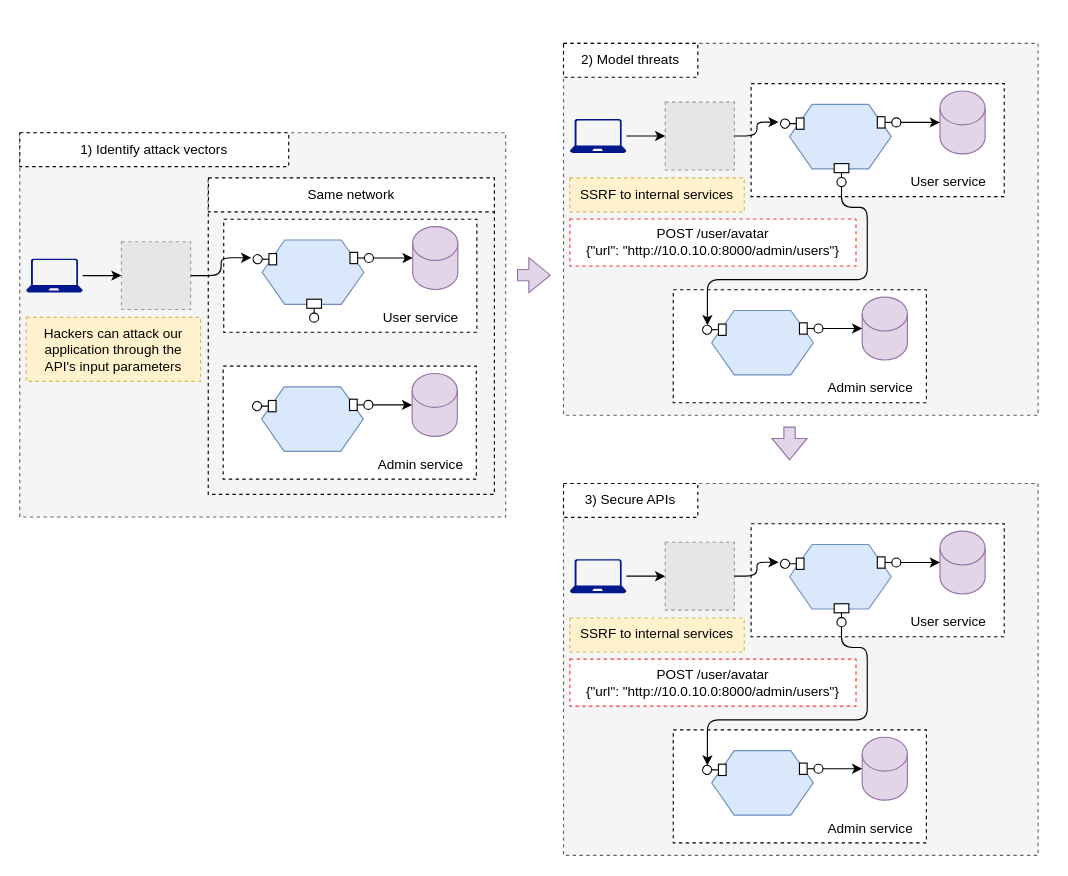
Before: page "1.2" (2 of 7) of ch01.drawio in abunuwas/api-sec-book-imgs, a draw.io diagram. Source tidied: cells renumbered, new cells numbered last; positions are measured from the earlier drawing's top-left corner, leaving out a move shared by most shapes. Both pictures are drawn from the tidied source at 113%, with x=0, y=0 at pixel (19, 43). Pictures stored in the file or linked from it are replaced by grey dashed boxes.
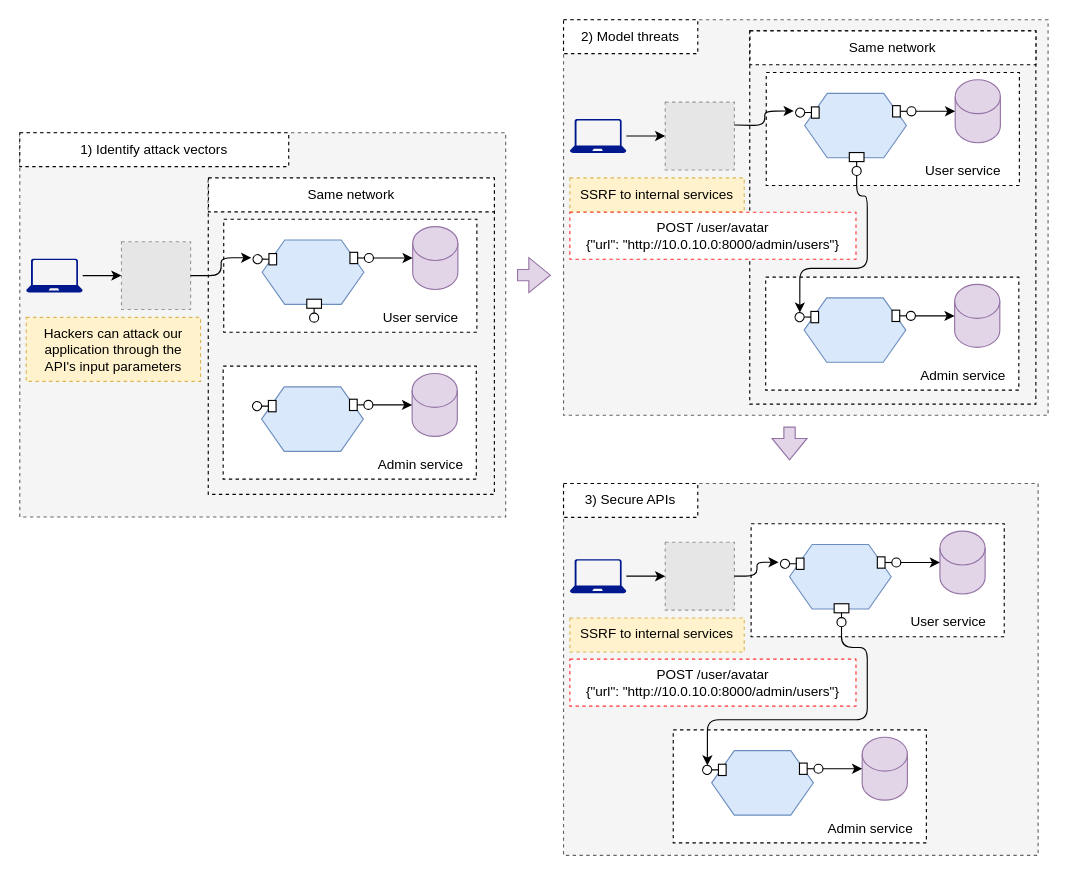
The same diagram, later.

The change refers to these unchanged cells:
```xml
<mxCell id="39" style="fillColor=#E6E6E6;strokeColor=#999999;dashed=1;verticalLabelPosition=bottom;verticalAlign=top;" parent="1" vertex="1">
  <mxGeometry x="571.2" y="51.9" width="61.2" height="60" as="geometry" />
</mxCell>
```

Diff of the diagram source:
```diff
@@
+    <mxCell id="36" style="rounded=0;whiteSpace=wrap;html=1;dashed=1;fillColor=#f5f5f5;fontColor=#333333;strokeColor=#666666;" parent="1" vertex="1">
+      <mxGeometry x="481.2" y="-21" width="428.8" height="350" as="geometry" />
+    </mxCell>
+    <mxCell id="106" style="text;html=1;align=center;verticalAlign=middle;whiteSpace=wrap;rounded=0;strokeColor=default;dashed=1;" parent="1" vertex="1">
+      <mxGeometry x="646" y="-11.2" width="253.2" height="330.3" as="geometry" />
+    </mxCell>
@@
-    <mxCell id="36" style="rounded=0;whiteSpace=wrap;html=1;dashed=1;fillColor=#f5f5f5;fontColor=#333333;strokeColor=#666666;" parent="1" vertex="1">
-      <mxGeometry x="481.2" y="-0.1" width="420" height="329.1" as="geometry" />
-    </mxCell>
     <mxCell id="37" style="text;html=1;align=center;verticalAlign=middle;whiteSpace=wrap;rounded=0;strokeColor=default;dashed=1;fillColor=default;" parent="1" vertex="1">
-      <mxGeometry x="578.3" y="217.9" width="224" height="100" as="geometry" />
+      <mxGeometry x="660.1" y="206.7" width="224" height="100" as="geometry" />
     </mxCell>
     <mxCell id="38" style="text;html=1;align=center;verticalAlign=middle;whiteSpace=wrap;rounded=0;strokeColor=default;dashed=1;fillColor=default;" parent="1" vertex="1">
-      <mxGeometry x="647.2" y="35.5" width="224" height="100" as="geometry" />
+      <mxGeometry x="660.6" y="25.7" width="224" height="100" as="geometry" />
     </mxCell>
@@
     <mxCell id="40" style="shape=cylinder3;whiteSpace=wrap;html=1;boundedLbl=1;backgroundOutline=1;size=15;fillColor=#e1d5e7;strokeColor=#9673a6;" parent="1" vertex="1">
-      <mxGeometry x="814.3" y="42" width="40" height="55.7" as="geometry" />
+      <mxGeometry x="827.8" y="32.1" width="40" height="55.7" as="geometry" />
     </mxCell>
     <mxCell id="41" style="shape=hexagon;perimeter=hexagonPerimeter2;whiteSpace=wrap;html=1;fixedSize=1;fillColor=#dae8fc;strokeColor=#6c8ebf;" parent="1" vertex="1">
-      <mxGeometry x="681.2" y="53.9" width="90" height="57" as="geometry" />
+      <mxGeometry x="694.6" y="44.1" width="90" height="57" as="geometry" />
     </mxCell>
@@
     <mxCell id="44" style="html=1;rounded=0;" parent="1" vertex="1">
-      <mxGeometry x="758.9" y="64.8" width="6.8" height="10" as="geometry" />
+      <mxGeometry x="772.4" y="55" width="6.8" height="10" as="geometry" />
     </mxCell>
@@
     <mxCell id="46" style="ellipse;html=1;fontSize=11;align=center;fillColor=none;points=[];verticalAlign=bottom;labelPosition=center;verticalLabelPosition=top;flipH=1;" parent="1" vertex="1">
-      <mxGeometry x="771.7" y="65.8" width="8" height="8" as="geometry" />
+      <mxGeometry x="785.1" y="56" width="8" height="8" as="geometry" />
     </mxCell>
@@
     <mxCell id="48" style="html=1;rounded=0;" parent="1" vertex="1">
-      <mxGeometry x="687.2" y="65.9" width="6.8" height="10" as="geometry" />
+      <mxGeometry x="700.6" y="56.1" width="6.8" height="10" as="geometry" />
     </mxCell>
@@
     <mxCell id="50" style="ellipse;html=1;fontSize=11;align=center;fillColor=none;points=[];verticalAlign=bottom;labelPosition=center;verticalLabelPosition=top;flipH=1;direction=south;rotation=-154;" parent="1" vertex="1">
-      <mxGeometry x="673.2" y="66.9" width="8" height="8" as="geometry" />
+      <mxGeometry x="686.6" y="57.1" width="8" height="8" as="geometry" />
     </mxCell>
-    <mxCell id="51" style="edgeStyle=orthogonalEdgeStyle;rounded=1;jettySize=auto;html=1;entryX=0.339;entryY=1.21;entryDx=0;entryDy=0;entryPerimeter=0;" parent="1" edge="1" source="39" target="50">
-      <mxGeometry relative="1" as="geometry" />
+    <mxCell id="51" style="edgeStyle=orthogonalEdgeStyle;rounded=1;jettySize=auto;html=1;entryX=0.339;entryY=1.21;entryDx=0;entryDy=0;entryPerimeter=0;exitX=1;exitY=0.5;exitDx=0;exitDy=0;" parent="1" edge="1" target="50">
+      <mxGeometry relative="1" as="geometry">
+        <mxPoint x="632.3" y="72.1" as="sourcePoint" />
+      </mxGeometry>
     </mxCell>
     <mxCell id="52" value="2) Model threats" style="text;html=1;align=center;verticalAlign=middle;whiteSpace=wrap;rounded=0;dashed=1;fillColor=default;strokeColor=default;" parent="1" vertex="1">
-      <mxGeometry x="481.2" y="-0.1" width="118.8" height="30" as="geometry" />
+      <mxGeometry x="481.2" y="-21" width="118.8" height="30" as="geometry" />
     </mxCell>
@@
     <mxCell id="54" value="User service" style="text;html=1;strokeColor=none;fillColor=none;align=center;verticalAlign=middle;whiteSpace=wrap;rounded=0;" parent="1" vertex="1">
-      <mxGeometry x="771.7" y="109.3" width="100" height="26.6" as="geometry" />
+      <mxGeometry x="785.1" y="99.5" width="100" height="26.6" as="geometry" />
     </mxCell>
     <mxCell id="55" style="shape=cylinder3;whiteSpace=wrap;html=1;boundedLbl=1;backgroundOutline=1;size=15;fillColor=#e1d5e7;strokeColor=#9673a6;" parent="1" vertex="1">
-      <mxGeometry x="745.5" y="224.4" width="40" height="55.7" as="geometry" />
+      <mxGeometry x="827.3" y="213.2" width="40" height="55.7" as="geometry" />
     </mxCell>
     <mxCell id="56" style="shape=hexagon;perimeter=hexagonPerimeter2;whiteSpace=wrap;html=1;fixedSize=1;fillColor=#dae8fc;strokeColor=#6c8ebf;" parent="1" vertex="1">
-      <mxGeometry x="612.3" y="236.3" width="90" height="57" as="geometry" />
+      <mxGeometry x="694.1" y="225.1" width="90" height="57" as="geometry" />
     </mxCell>
     <mxCell id="57" style="html=1;rounded=0;" parent="1" vertex="1">
-      <mxGeometry x="690" y="247.2" width="6.8" height="10" as="geometry" />
+      <mxGeometry x="771.9" y="236" width="6.8" height="10" as="geometry" />
     </mxCell>
@@
     <mxCell id="59" style="ellipse;html=1;fontSize=11;align=center;fillColor=none;points=[];verticalAlign=bottom;labelPosition=center;verticalLabelPosition=top;flipH=1;" parent="1" vertex="1">
-      <mxGeometry x="702.8" y="248.2" width="8" height="8" as="geometry" />
+      <mxGeometry x="784.6" y="237" width="8" height="8" as="geometry" />
     </mxCell>
@@
     <mxCell id="61" style="html=1;rounded=0;" parent="1" vertex="1">
-      <mxGeometry x="618.3" y="248.3" width="6.8" height="10" as="geometry" />
+      <mxGeometry x="700.1" y="237.1" width="6.8" height="10" as="geometry" />
     </mxCell>
@@
     <mxCell id="63" style="ellipse;html=1;fontSize=11;align=center;fillColor=none;points=[];verticalAlign=bottom;labelPosition=center;verticalLabelPosition=top;flipH=1;direction=south;rotation=-154;" parent="1" vertex="1">
-      <mxGeometry x="604.3" y="249.3" width="8" height="8" as="geometry" />
+      <mxGeometry x="686.1" y="238.1" width="8" height="8" as="geometry" />
     </mxCell>
     <mxCell id="64" value="Admin service" style="text;html=1;strokeColor=none;fillColor=none;align=center;verticalAlign=middle;whiteSpace=wrap;rounded=0;" parent="1" vertex="1">
-      <mxGeometry x="702.8" y="291.7" width="100" height="26.6" as="geometry" />
+      <mxGeometry x="784.6" y="280.5" width="100" height="26.6" as="geometry" />
     </mxCell>
     <mxCell id="65" style="html=1;rounded=0;direction=south;" parent="1" vertex="1">
-      <mxGeometry x="720.7" y="106.3" width="13" height="8" as="geometry" />
+      <mxGeometry x="734.1" y="96.5" width="13" height="8" as="geometry" />
     </mxCell>
@@
     <mxCell id="67" style="ellipse;html=1;fontSize=11;align=center;fillColor=none;points=[];verticalAlign=bottom;labelPosition=center;verticalLabelPosition=top;flipH=1;direction=south;" parent="1" vertex="1">
-      <mxGeometry x="723.2" y="118.6" width="8" height="8" as="geometry" />
+      <mxGeometry x="736.6" y="108.8" width="8" height="8" as="geometry" />
     </mxCell>
     <mxCell id="68" style="edgeStyle=orthogonalEdgeStyle;rounded=1;jettySize=auto;html=1;entryX=0.955;entryY=0.691;entryDx=0;entryDy=0;entryPerimeter=0;curved=0;" parent="1" edge="1" source="67" target="63">
       <mxGeometry relative="1" as="geometry">
         <Array as="points">
-          <mxPoint x="727" y="145" />
-          <mxPoint x="750" y="145" />
-          <mxPoint x="750" y="209" />
-          <mxPoint x="608" y="209" />
+          <mxPoint x="741" y="135" />
+          <mxPoint x="750" y="135" />
+          <mxPoint x="750" y="199" />
+          <mxPoint x="690" y="199" />
         </Array>
       </mxGeometry>
     </mxCell>
     <mxCell id="69" value="POST /user/avatar&lt;div&gt;{&quot;url&quot;: &quot;http://10.0.10.0:8000/admin/users&quot;}&lt;/div&gt;" style="text;html=1;strokeColor=#FF3333;fillColor=default;align=center;verticalAlign=middle;whiteSpace=wrap;rounded=0;dashed=1;" parent="1" vertex="1">
-      <mxGeometry x="486.8" y="155.3" width="253.2" height="41.6" as="geometry" />
+      <mxGeometry x="486.8" y="149.3" width="253.2" height="41.6" as="geometry" />
     </mxCell>
@@
+    <mxCell id="107" value="Same network" style="text;html=1;align=center;verticalAlign=middle;whiteSpace=wrap;rounded=0;dashed=1;fillColor=default;strokeColor=default;" parent="1" vertex="1">
+      <mxGeometry x="646.2" y="-11.2" width="253" height="30" as="geometry" />
+    </mxCell>
```
